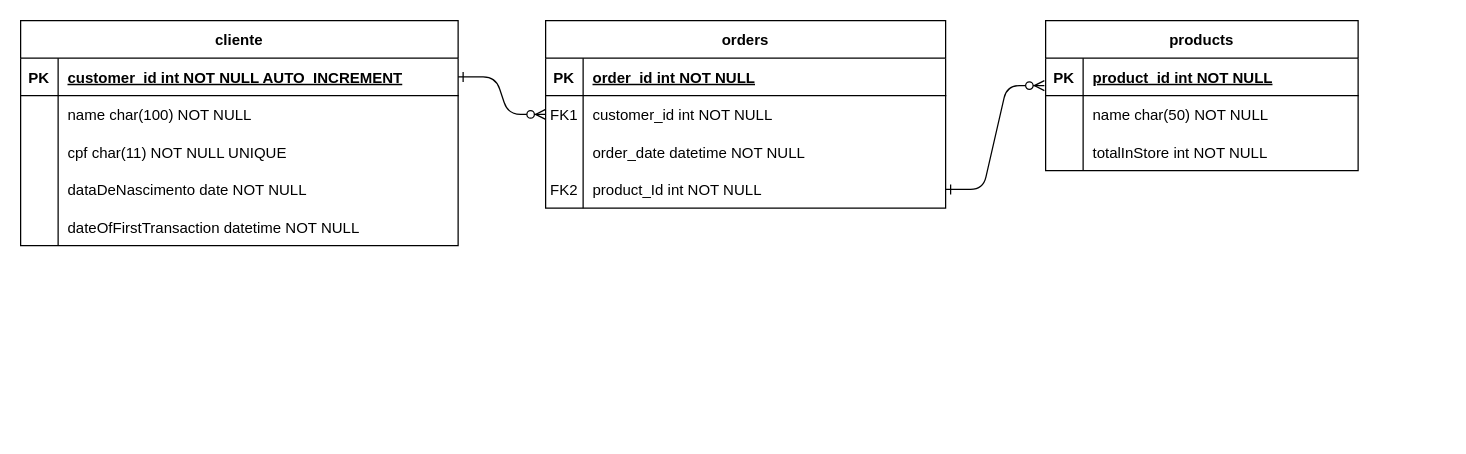
wallysonruan/own-ecommerce keeps this draw.io diagram as Untitled Diagram.drawio. Above is the earlier version. Source tidied: cells renumbered, new cells numbered last; positions are measured from the earlier drawing's top-left corner, leaving out a move shared by most shapes. Both pictures are drawn from the tidied source at 125%, with x=0, y=0 at pixel (20, 20).
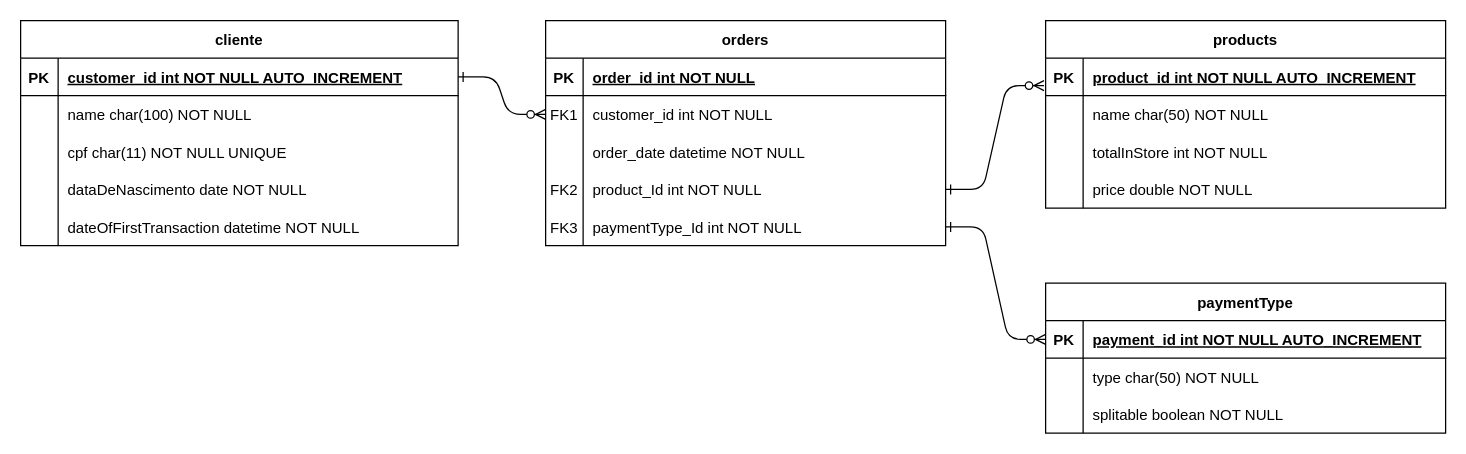
The same diagram, later.

Commit message:
New Entity: paymentType

The edit, as a diff of the source:
```diff
@@
     <mxCell id="3" value="orders" style="shape=table;startSize=30;childLayout=tableLayout;rowLines=0;fontStyle=1;align=center;" parent="1" vertex="1">
-      <mxGeometry x="420" width="320" height="150" as="geometry" />
+      <mxGeometry x="420" width="320" height="180" as="geometry" />
     </mxCell>
@@
+    <mxCell id="43" style="shape=partialRectangle;fillColor=none;points=[[0,0.5],[1,0.5]];portConstraint=eastwest;top=0;left=0;right=0;bottom=0;" parent="3" vertex="1">
+      <mxGeometry y="150" width="320" height="30" as="geometry" />
+    </mxCell>
+    <mxCell id="44" value="FK3" style="shape=partialRectangle;overflow=hidden;fillColor=none;top=0;left=0;bottom=0;right=0;" parent="43" vertex="1">
+      <mxGeometry width="30" height="30" as="geometry" />
+    </mxCell>
+    <mxCell id="45" value="paymentType_Id int NOT NULL" style="shape=partialRectangle;overflow=hidden;fillColor=none;top=0;left=0;bottom=0;right=0;align=left;spacingLeft=6;" parent="43" vertex="1">
+      <mxGeometry x="30" width="290" height="30" as="geometry" />
+    </mxCell>
     <mxCell id="16" value="products" style="shape=table;startSize=30;childLayout=tableLayout;rowLines=0;fontStyle=1;align=center;" parent="1" vertex="1">
-      <mxGeometry x="820" width="250" height="120" as="geometry" />
+      <mxGeometry x="820" width="320" height="150" as="geometry" />
     </mxCell>
     <mxCell id="17" style="shape=partialRectangle;fillColor=none;points=[[0,0.5],[1,0.5]];portConstraint=eastwest;top=0;left=0;right=0;bottom=1;" parent="16" vertex="1">
-      <mxGeometry y="30" width="250" height="30" as="geometry" />
+      <mxGeometry y="30" width="320" height="30" as="geometry" />
     </mxCell>
@@
-    <mxCell id="19" value="product_id int NOT NULL " style="shape=partialRectangle;overflow=hidden;fillColor=none;top=0;left=0;bottom=0;right=0;align=left;spacingLeft=6;fontStyle=5;" parent="17" vertex="1">
-      <mxGeometry x="30" width="220" height="30" as="geometry" />
+    <mxCell id="19" value="product_id int NOT NULL AUTO_INCREMENT" style="shape=partialRectangle;overflow=hidden;fillColor=none;top=0;left=0;bottom=0;right=0;align=left;spacingLeft=6;fontStyle=5;" parent="17" vertex="1">
+      <mxGeometry x="30" width="290" height="30" as="geometry" />
     </mxCell>
     <mxCell id="20" style="shape=partialRectangle;fillColor=none;top=0;left=0;right=0;bottom=0;" parent="16" vertex="1">
-      <mxGeometry y="60" width="250" height="30" as="geometry" />
+      <mxGeometry y="60" width="320" height="30" as="geometry" />
     </mxCell>
@@
     <mxCell id="22" value="name char(50) NOT NULL" style="shape=partialRectangle;overflow=hidden;fillColor=none;top=0;left=0;bottom=0;right=0;align=left;spacingLeft=6;" parent="20" vertex="1">
-      <mxGeometry x="30" width="220" height="30" as="geometry" />
+      <mxGeometry x="30" width="290" height="30" as="geometry" />
     </mxCell>
     <mxCell id="23" style="shape=partialRectangle;fillColor=none;top=0;left=0;right=0;bottom=0;" parent="16" vertex="1">
-      <mxGeometry y="90" width="250" height="30" as="geometry" />
+      <mxGeometry y="90" width="320" height="30" as="geometry" />
     </mxCell>
@@
     <mxCell id="25" value="totalInStore int NOT NULL" style="shape=partialRectangle;overflow=hidden;fillColor=none;top=0;left=0;bottom=0;right=0;align=left;spacingLeft=6;" parent="23" vertex="1">
-      <mxGeometry x="30" width="220" height="30" as="geometry" />
+      <mxGeometry x="30" width="290" height="30" as="geometry" />
     </mxCell>
+    <mxCell id="46" style="shape=partialRectangle;fillColor=none;top=0;left=0;right=0;bottom=0;" parent="16" vertex="1">
+      <mxGeometry y="120" width="320" height="30" as="geometry" />
+    </mxCell>
+    <mxCell id="47" style="shape=partialRectangle;overflow=hidden;fillColor=none;top=0;left=0;bottom=0;right=0;" parent="46" vertex="1">
+      <mxGeometry width="30" height="30" as="geometry" />
+    </mxCell>
+    <mxCell id="48" value="price double NOT NULL" style="shape=partialRectangle;overflow=hidden;fillColor=none;top=0;left=0;bottom=0;right=0;align=left;spacingLeft=6;" parent="46" vertex="1">
+      <mxGeometry x="30" width="290" height="30" as="geometry" />
+    </mxCell>
@@
+    <mxCell id="49" value="paymentType" style="shape=table;startSize=30;childLayout=tableLayout;rowLines=0;fontStyle=1;align=center;" parent="1" vertex="1">
+      <mxGeometry x="820" y="210" width="320" height="120" as="geometry" />
+    </mxCell>
+    <mxCell id="50" style="shape=partialRectangle;fillColor=none;points=[[0,0.5],[1,0.5]];portConstraint=eastwest;top=0;left=0;right=0;bottom=1;" parent="49" vertex="1">
+      <mxGeometry y="30" width="320" height="30" as="geometry" />
+    </mxCell>
+    <mxCell id="51" value="PK" style="shape=partialRectangle;overflow=hidden;fillColor=none;top=0;left=0;bottom=0;right=0;fontStyle=1;" parent="50" vertex="1">
+      <mxGeometry width="30" height="30" as="geometry" />
+    </mxCell>
+    <mxCell id="52" value="payment_id int NOT NULL AUTO_INCREMENT" style="shape=partialRectangle;overflow=hidden;fillColor=none;top=0;left=0;bottom=0;right=0;align=left;spacingLeft=6;fontStyle=5;" parent="50" vertex="1">
+      <mxGeometry x="30" width="290" height="30" as="geometry" />
+    </mxCell>
+    <mxCell id="53" style="shape=partialRectangle;fillColor=none;top=0;left=0;right=0;bottom=0;" parent="49" vertex="1">
+      <mxGeometry y="60" width="320" height="30" as="geometry" />
+    </mxCell>
+    <mxCell id="54" style="shape=partialRectangle;overflow=hidden;fillColor=none;top=0;left=0;bottom=0;right=0;" parent="53" vertex="1">
+      <mxGeometry width="30" height="30" as="geometry" />
+    </mxCell>
+    <mxCell id="55" value="type char(50) NOT NULL" style="shape=partialRectangle;overflow=hidden;fillColor=none;top=0;left=0;bottom=0;right=0;align=left;spacingLeft=6;" parent="53" vertex="1">
+      <mxGeometry x="30" width="290" height="30" as="geometry" />
+    </mxCell>
+    <mxCell id="56" style="shape=partialRectangle;fillColor=none;top=0;left=0;right=0;bottom=0;" parent="49" vertex="1">
+      <mxGeometry y="90" width="320" height="30" as="geometry" />
+    </mxCell>
+    <mxCell id="57" style="shape=partialRectangle;overflow=hidden;fillColor=none;top=0;left=0;bottom=0;right=0;" parent="56" vertex="1">
+      <mxGeometry width="30" height="30" as="geometry" />
+    </mxCell>
+    <mxCell id="58" value="splitable boolean NOT NULL" style="shape=partialRectangle;overflow=hidden;fillColor=none;top=0;left=0;bottom=0;right=0;align=left;spacingLeft=6;" parent="56" vertex="1">
+      <mxGeometry x="30" width="290" height="30" as="geometry" />
+    </mxCell>
+    <mxCell id="59" style="edgeStyle=entityRelationEdgeStyle;endArrow=ERzeroToMany;startArrow=ERone;endFill=1;startFill=0;exitX=1;exitY=0.5;exitDx=0;exitDy=0;entryX=0;entryY=0.5;entryDx=0;entryDy=0;" parent="1" edge="1" source="43" target="50">
+      <mxGeometry relative="1" as="geometry" />
+    </mxCell>
```
